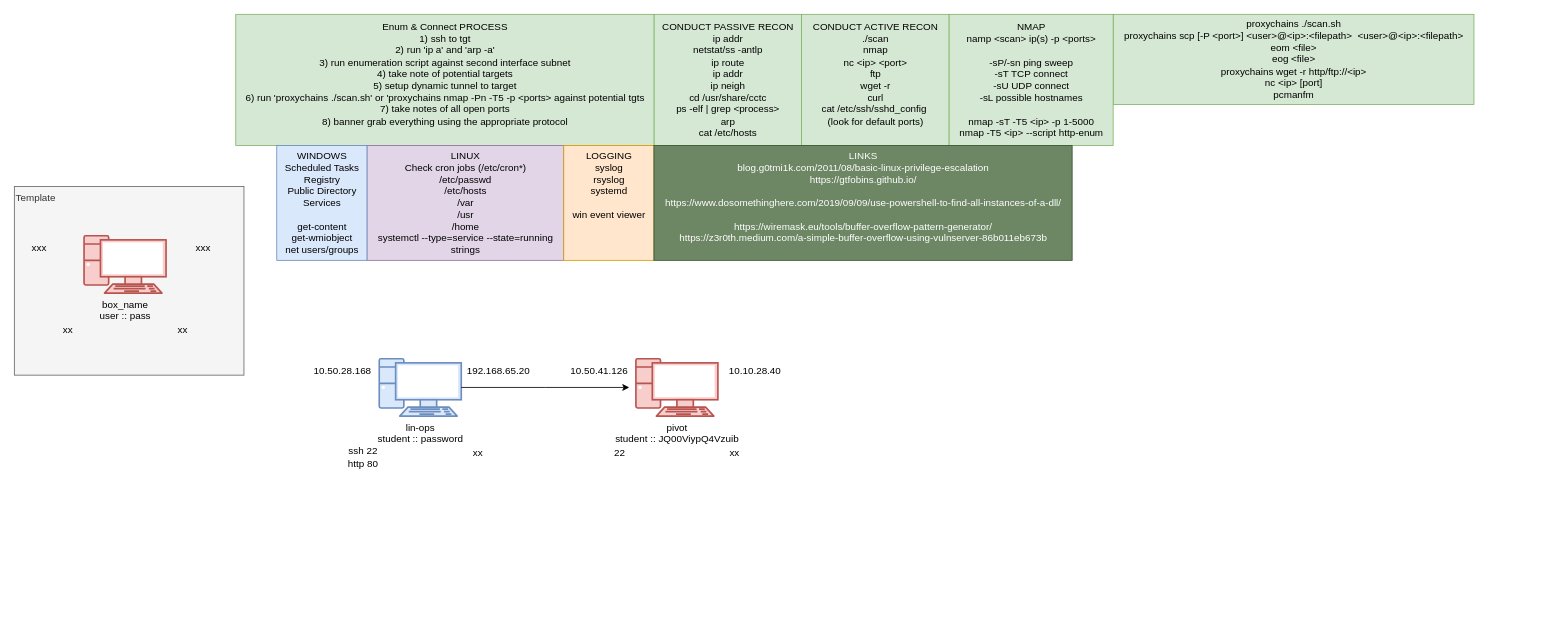
Earlier version of the draw.io diagram CCTC/SEC/Day_10/Linux/Lin_Esc.drawio (wifi96h/new). Source tidied: cells renumbered, new cells numbered last; positions are measured from the earlier drawing's top-left corner, leaving out a move shared by most shapes. Both pictures are drawn from the tidied source at 82%, with x=0, y=0 at pixel (14, 14).
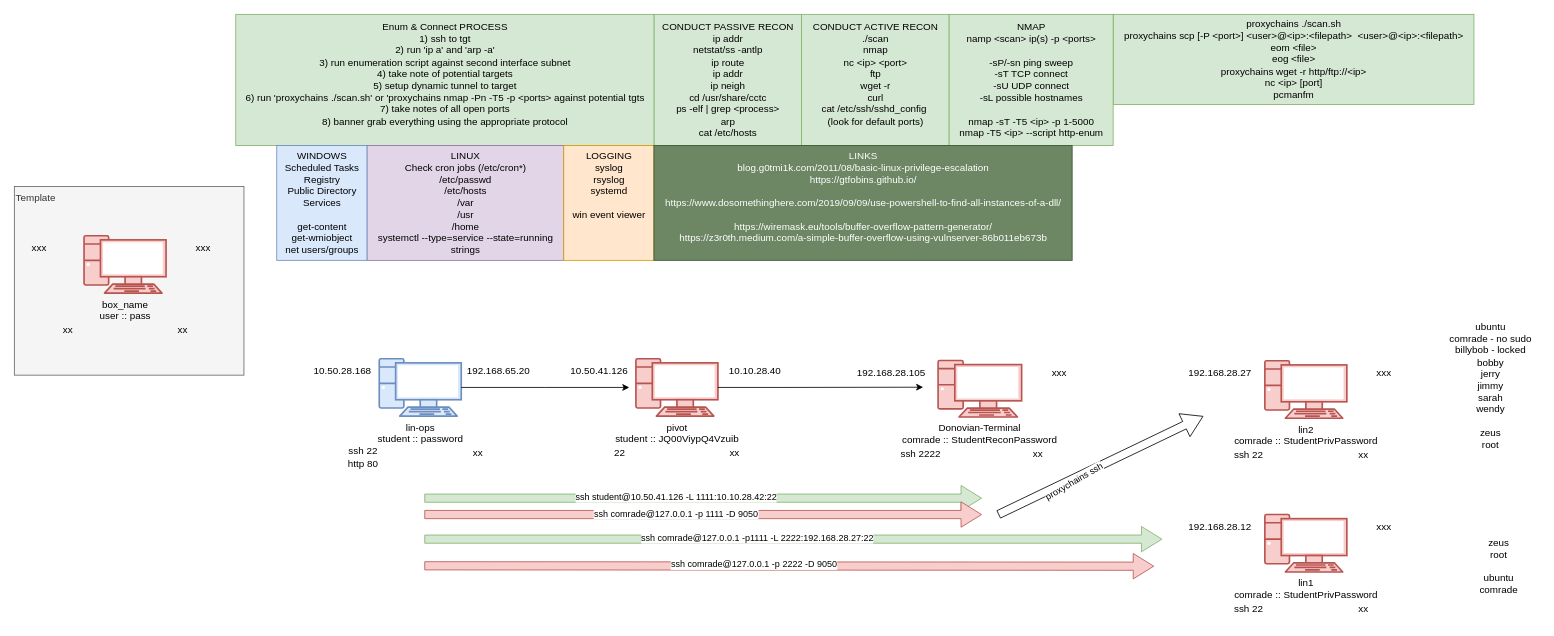
The same diagram, later.

The change refers to these unchanged cells:
```xml
<mxCell id="12" value="&lt;div&gt;pivot&lt;/div&gt;&lt;div&gt;student :: JQ00ViypQ4Vzuib&lt;/div&gt;" style="verticalAlign=top;verticalLabelPosition=bottom;labelPosition=center;align=center;html=1;outlineConnect=0;fillColor=#f8cecc;strokeColor=#b85450;gradientDirection=north;strokeWidth=2;shape=mxgraph.networks.pc;" parent="11" vertex="1">
  <mxGeometry x="35" width="100" height="70" as="geometry" />
</mxCell>
```

The edit, as a diff of the source:
```diff
@@
+    <mxCell id="35" style="group;" parent="1" vertex="1">
+      <mxGeometry x="1050" y="402.5" width="270" height="147.5" as="geometry" />
+    </mxCell>
+    <mxCell id="36" style="group;" parent="35" vertex="1">
+      <mxGeometry x="40.8" width="229.2" height="147.5" as="geometry" />
+    </mxCell>
+    <mxCell id="37" style="group;" parent="36" vertex="1">
+      <mxGeometry y="19.7" width="229.2" height="127.8" as="geometry" />
+    </mxCell>
+    <mxCell id="38" value="Donovian-Terminal&lt;div&gt;comrade :: StudentReconPassword&lt;/div&gt;" style="verticalAlign=top;verticalLabelPosition=bottom;labelPosition=center;align=center;html=1;fillColor=#f8cecc;strokeColor=#b85450;gradientDirection=north;strokeWidth=2;shape=mxgraph.networks.pc;" parent="37" vertex="1">
+      <mxGeometry x="35.7" width="101.9" height="68.8" as="geometry" />
+    </mxCell>
+    <mxCell id="39" value="ssh&amp;nbsp;2222" style="text;html=1;align=center;verticalAlign=middle;strokeColor=none;fillColor=none;" parent="37" vertex="1">
+      <mxGeometry x="-20.4" y="98.3" width="70" height="30" as="geometry" />
+    </mxCell>
+    <mxCell id="40" value="xxx" style="text;html=1;align=center;verticalAlign=middle;strokeColor=none;fillColor=none;" parent="37" vertex="1">
+      <mxGeometry x="163" width="40" height="30" as="geometry" />
+    </mxCell>
+    <mxCell id="41" value="xx" style="text;html=1;align=center;verticalAlign=middle;strokeColor=none;fillColor=none;" parent="37" vertex="1">
+      <mxGeometry x="137.5" y="98.3" width="40" height="30" as="geometry" />
+    </mxCell>
+    <mxCell id="42" value="192.168.28.105" style="text;html=1;align=center;verticalAlign=middle;points=[];strokeColor=none;fillColor=none;" parent="35" vertex="1">
+      <mxGeometry x="-35.7" y="19.7" width="110" height="30" as="geometry" />
+    </mxCell>
+    <mxCell id="43" style="group;" parent="1" vertex="1">
+      <mxGeometry x="1450" y="402.5" width="265" height="150" as="geometry" />
+    </mxCell>
+    <mxCell id="44" style="group;" parent="43" vertex="1">
+      <mxGeometry x="40" width="225" height="150" as="geometry" />
+    </mxCell>
+    <mxCell id="45" style="group;" parent="44" vertex="1">
+      <mxGeometry y="20" width="225" height="130" as="geometry" />
+    </mxCell>
+    <mxCell id="46" value="lin2&lt;div&gt;comrade :: StudentPrivPassword&lt;/div&gt;" style="verticalAlign=top;verticalLabelPosition=bottom;labelPosition=center;align=center;html=1;fillColor=#f8cecc;strokeColor=#b85450;gradientDirection=north;strokeWidth=2;shape=mxgraph.networks.pc;" parent="45" vertex="1">
+      <mxGeometry x="35" width="100" height="70" as="geometry" />
+    </mxCell>
+    <mxCell id="47" value="ssh 22" style="text;html=1;align=center;verticalAlign=middle;strokeColor=none;fillColor=none;" parent="45" vertex="1">
+      <mxGeometry x="-15" y="100" width="60" height="30" as="geometry" />
+    </mxCell>
+    <mxCell id="48" value="xxx" style="text;html=1;align=center;verticalAlign=middle;strokeColor=none;fillColor=none;" parent="45" vertex="1">
+      <mxGeometry x="160" width="40" height="30" as="geometry" />
+    </mxCell>
+    <mxCell id="49" value="xx" style="text;html=1;align=center;verticalAlign=middle;strokeColor=none;fillColor=none;" parent="45" vertex="1">
+      <mxGeometry x="135" y="100" width="40" height="30" as="geometry" />
+    </mxCell>
+    <mxCell id="50" value="192.168.28.27" style="text;html=1;align=center;verticalAlign=middle;strokeColor=none;fillColor=none;" parent="43" vertex="1">
+      <mxGeometry x="-30" y="20" width="100" height="30" as="geometry" />
+    </mxCell>
+    <mxCell id="51" style="group;" parent="1" vertex="1">
+      <mxGeometry x="1450" y="590" width="265" height="150" as="geometry" />
+    </mxCell>
+    <mxCell id="52" style="group;" parent="51" vertex="1">
+      <mxGeometry x="40" width="225" height="150" as="geometry" />
+    </mxCell>
+    <mxCell id="53" style="group;" parent="52" vertex="1">
+      <mxGeometry y="20" width="225" height="130" as="geometry" />
+    </mxCell>
+    <mxCell id="54" value="lin1&lt;div&gt;comrade :: StudentPrivPassword&lt;/div&gt;" style="verticalAlign=top;verticalLabelPosition=bottom;labelPosition=center;align=center;html=1;fillColor=#f8cecc;strokeColor=#b85450;gradientDirection=north;strokeWidth=2;shape=mxgraph.networks.pc;" parent="53" vertex="1">
+      <mxGeometry x="35" width="100" height="70" as="geometry" />
+    </mxCell>
+    <mxCell id="55" value="ssh 22" style="text;html=1;align=center;verticalAlign=middle;strokeColor=none;fillColor=none;" parent="53" vertex="1">
+      <mxGeometry x="-15" y="100" width="60" height="30" as="geometry" />
+    </mxCell>
+    <mxCell id="56" value="xxx" style="text;html=1;align=center;verticalAlign=middle;strokeColor=none;fillColor=none;" parent="53" vertex="1">
+      <mxGeometry x="160" width="40" height="30" as="geometry" />
+    </mxCell>
+    <mxCell id="57" value="xx" style="text;html=1;align=center;verticalAlign=middle;strokeColor=none;fillColor=none;" parent="53" vertex="1">
+      <mxGeometry x="135" y="100" width="40" height="30" as="geometry" />
+    </mxCell>
+    <mxCell id="58" value="192.168.28.12" style="text;html=1;align=center;verticalAlign=middle;strokeColor=none;fillColor=none;" parent="51" vertex="1">
+      <mxGeometry x="-30" y="20" width="100" height="30" as="geometry" />
+    </mxCell>
+    <mxCell id="59" style="edgeStyle=orthogonalEdgeStyle;rounded=0;jettySize=auto;html=1;exitX=1;exitY=0.5;exitDx=0;exitDy=0;exitPerimeter=0;entryX=0.855;entryY=1.083;entryDx=0;entryDy=0;entryPerimeter=0;" parent="1" edge="1" source="12" target="42">
+      <mxGeometry relative="1" as="geometry" />
+    </mxCell>
+    <mxCell id="60" style="edgeStyle=none;orthogonalLoop=1;jettySize=auto;html=1;shape=flexArrow;rounded=1;startSize=8;endSize=8;fillColor=#d5e8d4;strokeColor=#82b366;" parent="1" edge="1">
+      <mxGeometry relative="1" as="geometry">
+        <mxPoint x="500" y="590" as="sourcePoint" />
+        <mxPoint x="1180" y="590" as="targetPoint" />
+      </mxGeometry>
+    </mxCell>
+    <mxCell id="61" value="ssh student@10.50.41.126 -L 1111:10.10.28.42:22" style="edgeLabel;html=1;align=center;verticalAlign=middle;" parent="60" vertex="1">
+      <mxGeometry x="-0.1" y="2" relative="1" as="geometry" />
+    </mxCell>
+    <mxCell id="62" style="edgeStyle=none;orthogonalLoop=1;jettySize=auto;html=1;shape=flexArrow;rounded=1;startSize=8;endSize=8;fillColor=#f8cecc;strokeColor=#b85450;" parent="1" edge="1">
+      <mxGeometry relative="1" as="geometry">
+        <mxPoint x="500" y="610" as="sourcePoint" />
+        <mxPoint x="1180" y="610" as="targetPoint" />
+      </mxGeometry>
+    </mxCell>
+    <mxCell id="63" value="&lt;div&gt;ssh comrade@127.0.0.1 -p 1111 -D 9050&lt;/div&gt;" style="edgeLabel;html=1;align=center;verticalAlign=middle;" parent="62" vertex="1">
+      <mxGeometry x="-0.1" y="2" relative="1" as="geometry" />
+    </mxCell>
+    <mxCell id="64" value="ubuntu&lt;div&gt;comrade - no sudo&lt;/div&gt;&lt;div&gt;billybob - locked&lt;/div&gt;&lt;div&gt;bobby&lt;/div&gt;&lt;div&gt;jerry&lt;/div&gt;&lt;div&gt;jimmy&lt;/div&gt;&lt;div&gt;sarah&lt;/div&gt;&lt;div&gt;wendy&lt;/div&gt;&lt;div&gt;&lt;br&gt;&lt;/div&gt;&lt;div&gt;zeus&lt;/div&gt;&lt;div&gt;root&lt;/div&gt;" style="text;html=1;align=center;verticalAlign=middle;strokeColor=none;fillColor=none;" parent="1" vertex="1">
+      <mxGeometry x="1740" y="368" width="120" height="170" as="geometry" />
+    </mxCell>
+    <mxCell id="65" style="edgeStyle=none;orthogonalLoop=1;jettySize=auto;html=1;shape=flexArrow;rounded=1;startSize=8;endSize=8;" parent="1" edge="1">
+      <mxGeometry relative="1" as="geometry">
+        <mxPoint x="1200" y="610" as="sourcePoint" />
+        <mxPoint x="1450" y="490" as="targetPoint" />
+      </mxGeometry>
+    </mxCell>
+    <mxCell id="66" value="proxychains ssh" style="edgeLabel;html=1;align=center;verticalAlign=middle;rotation=-30;" parent="65" vertex="1">
+      <mxGeometry x="-0.28" y="-3" relative="1" as="geometry" />
+    </mxCell>
+    <mxCell id="67" value="zeus&lt;div&gt;root&lt;/div&gt;&lt;div&gt;&lt;br&gt;&lt;/div&gt;&lt;div&gt;ubuntu&lt;/div&gt;&lt;div&gt;comrade&lt;/div&gt;" style="text;html=1;align=center;verticalAlign=middle;strokeColor=none;fillColor=none;" parent="1" vertex="1">
+      <mxGeometry x="1775" y="628" width="70" height="90" as="geometry" />
+    </mxCell>
+    <mxCell id="68" style="edgeStyle=none;orthogonalLoop=1;jettySize=auto;html=1;shape=flexArrow;rounded=1;startSize=8;endSize=8;fillColor=#d5e8d4;strokeColor=#82b366;" parent="1" edge="1">
+      <mxGeometry relative="1" as="geometry">
+        <mxPoint x="500" y="640" as="sourcePoint" />
+        <mxPoint x="1400" y="640" as="targetPoint" />
+      </mxGeometry>
+    </mxCell>
+    <mxCell id="69" value="ssh comrade@127.0.0.1 -p1111 -L 2222:192.168.28.27:22" style="edgeLabel;html=1;align=center;verticalAlign=middle;" parent="68" vertex="1">
+      <mxGeometry x="-0.1" y="2" relative="1" as="geometry" />
+    </mxCell>
+    <mxCell id="70" style="edgeStyle=none;orthogonalLoop=1;jettySize=auto;html=1;shape=flexArrow;rounded=1;startSize=8;endSize=8;fillColor=#f8cecc;strokeColor=#b85450;" parent="1" edge="1">
+      <mxGeometry relative="1" as="geometry">
+        <mxPoint x="500" y="672.5" as="sourcePoint" />
+        <mxPoint x="1390" y="673" as="targetPoint" />
+      </mxGeometry>
+    </mxCell>
+    <mxCell id="71" value="&lt;div&gt;ssh comrade@127.0.0.1 -p 2222 -D 9050&lt;/div&gt;" style="edgeLabel;html=1;align=center;verticalAlign=middle;" parent="70" vertex="1">
+      <mxGeometry x="-0.1" y="2" relative="1" as="geometry" />
+    </mxCell>
```
